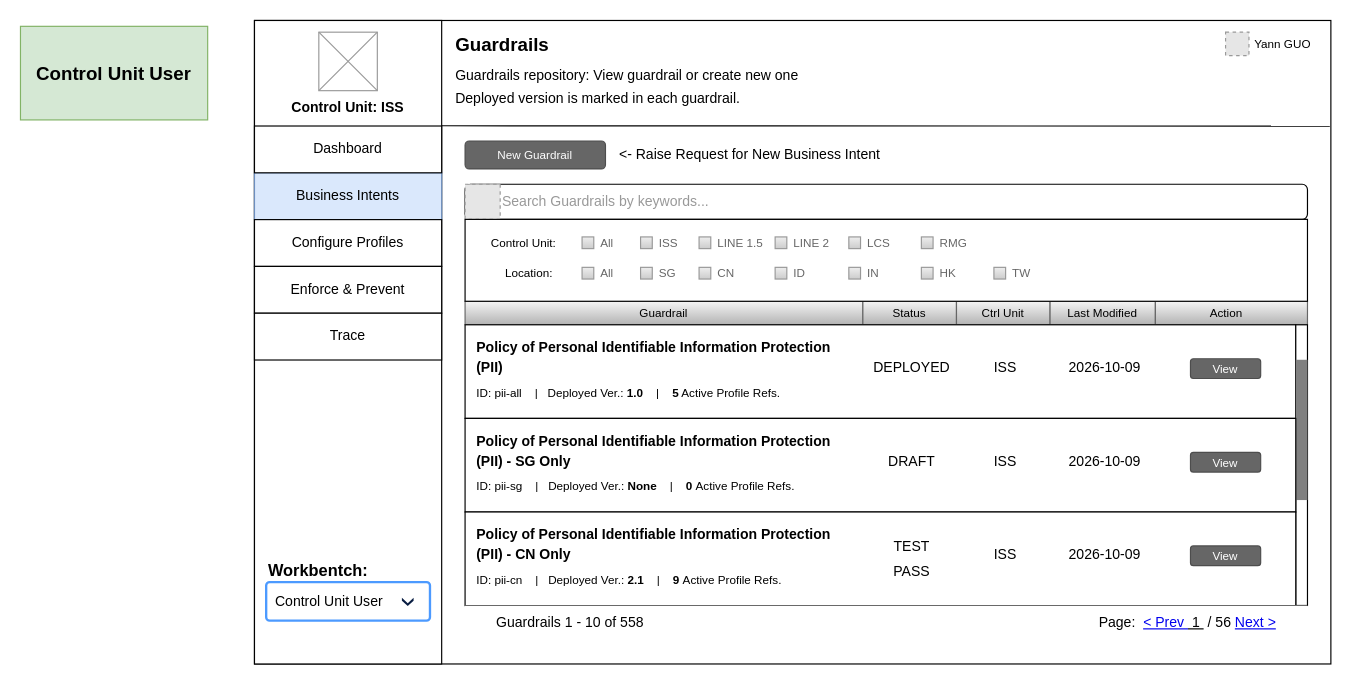
Above: page "CUU-GR-Index" (5 of 19) of NMGR.drawio in thinker-g/fx-drive (draw.io), before the change. Source tidied: cells renumbered, new cells numbered last; positions are measured from the earlier drawing's top-left corner, leaving out a move shared by most shapes. Both pictures are drawn from the tidied source at 117%, with x=0, y=0 at pixel (20, 20). Pictures stored in the file or linked from it are replaced by grey dashed boxes.
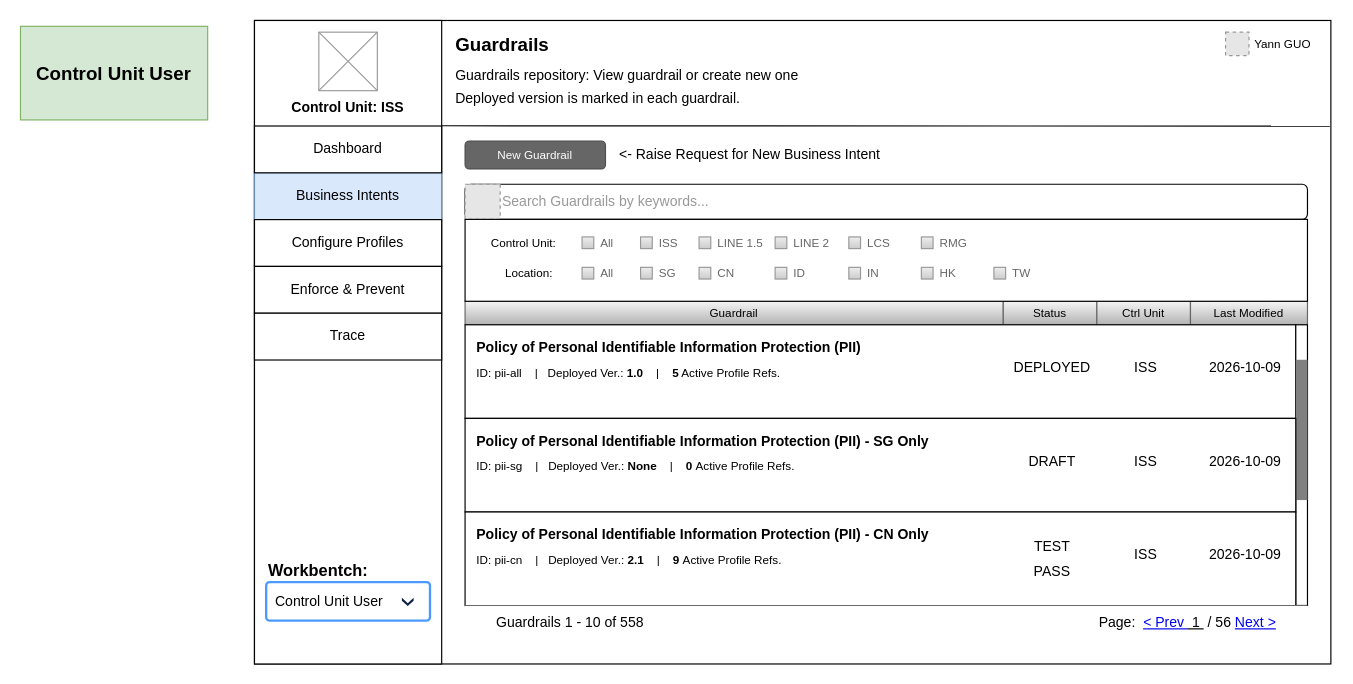
The same page after the edit.

Unchanged cells that the change refers to:
```xml
<mxCell id="17" style="group;" parent="1" vertex="1">
  <mxGeometry x="380" y="260" width="710" height="80.1" as="geometry" />
</mxCell>
<mxCell id="27" style="group;" parent="1" vertex="1">
  <mxGeometry x="380" y="340" width="710" height="80.1" as="geometry" />
</mxCell>
<mxCell id="34" style="group;spacing=2;" parent="1" vertex="1">
  <mxGeometry x="380" y="420" width="710" height="80.1" as="geometry" />
</mxCell>
```

Change to the diagram source:
```diff
@@
     <mxCell id="12" value="Guardrail" style="whiteSpace=wrap;html=1;shadow=0;dashed=0;fontSize=10;align=center;fillColor=#f5f5f5;strokeColor=#666666;gradientColor=#b3b3b3;" parent="1" vertex="1">
-      <mxGeometry x="380" y="240" width="340" height="20" as="geometry" />
+      <mxGeometry x="380" y="240" width="460" height="20" as="geometry" />
     </mxCell>
     <mxCell id="13" value="Status" style="whiteSpace=wrap;html=1;shadow=0;dashed=0;fontSize=10;align=center;fillColor=#f5f5f5;strokeColor=#666666;gradientColor=#b3b3b3;" parent="1" vertex="1">
-      <mxGeometry x="720" y="240" width="80" height="20" as="geometry" />
+      <mxGeometry x="840" y="240.1" width="80" height="20" as="geometry" />
     </mxCell>
     <mxCell id="14" value="Ctrl Unit" style="whiteSpace=wrap;html=1;shadow=0;dashed=0;fontSize=10;align=center;fillColor=#f5f5f5;strokeColor=#666666;gradientColor=#b3b3b3;" parent="1" vertex="1">
-      <mxGeometry x="800" y="240" width="80" height="20" as="geometry" />
+      <mxGeometry x="920" y="240" width="80" height="20" as="geometry" />
     </mxCell>
     <mxCell id="15" value="Last Modified" style="whiteSpace=wrap;html=1;shadow=0;dashed=0;fontSize=10;align=center;fillColor=#f5f5f5;strokeColor=#666666;gradientColor=#b3b3b3;" parent="1" vertex="1">
-      <mxGeometry x="880" y="240" width="90" height="20" as="geometry" />
+      <mxGeometry x="1000" y="240" width="100" height="20" as="geometry" />
     </mxCell>
-    <mxCell id="16" value="Action&amp;nbsp; &amp;nbsp;" style="whiteSpace=wrap;html=1;shadow=0;dashed=0;fontSize=10;align=center;fillColor=#f5f5f5;strokeColor=#666666;gradientColor=#b3b3b3;" parent="1" vertex="1">
-      <mxGeometry x="970" y="240" width="130" height="20" as="geometry" />
-    </mxCell>
@@
     <mxCell id="19" value="&lt;h3 style=&quot;margin-top: 0px; margin-bottom: 6px;&quot;&gt;&lt;font style=&quot;font-size: 12px;&quot;&gt;Policy of Personal Identifiable Information Protection (PII)&lt;/font&gt;&lt;/h3&gt;&lt;p style=&quot;margin-top: 6px; margin-bottom: 6px;&quot;&gt;&lt;font style=&quot;font-size: 10px;&quot;&gt;ID: pii-all&amp;nbsp; &amp;nbsp; |&amp;nbsp; &amp;nbsp;Deployed Ver.: &lt;b&gt;1.0&lt;/b&gt;&amp;nbsp; &amp;nbsp; |&amp;nbsp; &amp;nbsp; &lt;b style=&quot;&quot;&gt;5&lt;/b&gt; Active Profile Refs.&lt;/font&gt;&lt;/p&gt;" style="text;html=1;whiteSpace=wrap;overflow=hidden;rounded=0;verticalAlign=top;spacing=6;labelPosition=center;verticalLabelPosition=middle;align=left;spacingLeft=4;" parent="17" vertex="1">
-      <mxGeometry width="340" height="80" as="geometry" />
+      <mxGeometry width="460" height="80" as="geometry" />
     </mxCell>
     <mxCell id="20" value="&lt;p style=&quot;margin-top: 0px; margin-bottom: 6px;&quot;&gt;DEPLOYED&lt;/p&gt;" style="text;html=1;whiteSpace=wrap;overflow=hidden;rounded=0;verticalAlign=middle;spacing=6;labelPosition=center;verticalLabelPosition=middle;align=center;spacingLeft=4;" parent="17" vertex="1">
-      <mxGeometry x="340" width="80" height="80" as="geometry" />
+      <mxGeometry x="460" width="80" height="80" as="geometry" />
     </mxCell>
     <mxCell id="21" value="&lt;p style=&quot;margin-top: 0px; margin-bottom: 6px;&quot;&gt;ISS&lt;/p&gt;" style="text;html=1;whiteSpace=wrap;overflow=hidden;rounded=0;verticalAlign=middle;spacing=6;labelPosition=center;verticalLabelPosition=middle;align=center;spacingLeft=4;" parent="17" vertex="1">
-      <mxGeometry x="420" width="80" height="80" as="geometry" />
+      <mxGeometry x="540" width="80" height="80" as="geometry" />
     </mxCell>
     <mxCell id="22" value="&lt;p style=&quot;margin-top: 0px; margin-bottom: 6px;&quot;&gt;2026-10-09&lt;/p&gt;" style="text;html=1;whiteSpace=wrap;overflow=hidden;rounded=0;verticalAlign=middle;spacing=6;labelPosition=center;verticalLabelPosition=middle;align=center;spacingLeft=4;" parent="17" vertex="1">
-      <mxGeometry x="500" width="90" height="80" as="geometry" />
+      <mxGeometry x="620" width="90" height="80" as="geometry" />
     </mxCell>
-    <mxCell id="23" value="View" style="rounded=1;html=1;shadow=0;dashed=0;whiteSpace=wrap;fontSize=10;fillColor=#666666;align=center;strokeColor=#4D4D4D;fontColor=#ffffff;" parent="17" vertex="1">
-      <mxGeometry x="620" y="29.1" width="60" height="16.9" as="geometry" />
-    </mxCell>
@@
     <mxCell id="29" value="&lt;h3 style=&quot;margin-top: 0px; margin-bottom: 6px;&quot;&gt;&lt;font style=&quot;font-size: 12px;&quot;&gt;Policy of Personal Identifiable Information Protection (PII) - SG Only&lt;/font&gt;&lt;/h3&gt;&lt;p style=&quot;margin-top: 6px; margin-bottom: 6px;&quot;&gt;&lt;font style=&quot;font-size: 10px;&quot;&gt;ID: pii-sg&amp;nbsp; &amp;nbsp; |&amp;nbsp; &amp;nbsp;Deployed Ver.: &lt;b&gt;None&lt;/b&gt;&amp;nbsp; &amp;nbsp; |&amp;nbsp; &amp;nbsp; &lt;b&gt;0&lt;/b&gt;&amp;nbsp;Active Profile Refs.&lt;/font&gt;&lt;/p&gt;" style="text;html=1;whiteSpace=wrap;overflow=hidden;rounded=0;verticalAlign=top;spacing=6;labelPosition=center;verticalLabelPosition=middle;align=left;spacingLeft=4;" parent="27" vertex="1">
-      <mxGeometry width="340" height="80" as="geometry" />
+      <mxGeometry width="460" height="80" as="geometry" />
     </mxCell>
     <mxCell id="30" value="&lt;p style=&quot;margin-top: 0px; margin-bottom: 6px;&quot;&gt;DRAFT&lt;/p&gt;" style="text;html=1;whiteSpace=wrap;overflow=hidden;rounded=0;verticalAlign=middle;spacing=6;labelPosition=center;verticalLabelPosition=middle;align=center;spacingLeft=4;" parent="27" vertex="1">
-      <mxGeometry x="340" width="80" height="80" as="geometry" />
+      <mxGeometry x="460" width="80" height="80" as="geometry" />
     </mxCell>
     <mxCell id="31" value="&lt;p style=&quot;margin-top: 0px; margin-bottom: 6px;&quot;&gt;ISS&lt;/p&gt;" style="text;html=1;whiteSpace=wrap;overflow=hidden;rounded=0;verticalAlign=middle;spacing=6;labelPosition=center;verticalLabelPosition=middle;align=center;spacingLeft=4;" parent="27" vertex="1">
-      <mxGeometry x="420" width="80" height="80" as="geometry" />
+      <mxGeometry x="540" width="80" height="80" as="geometry" />
     </mxCell>
     <mxCell id="32" value="&lt;p style=&quot;margin-top: 0px; margin-bottom: 6px;&quot;&gt;2026-10-09&lt;/p&gt;" style="text;html=1;whiteSpace=wrap;overflow=hidden;rounded=0;verticalAlign=middle;spacing=6;labelPosition=center;verticalLabelPosition=middle;align=center;spacingLeft=4;" parent="27" vertex="1">
-      <mxGeometry x="500" width="90" height="80" as="geometry" />
+      <mxGeometry x="620" width="90" height="80" as="geometry" />
     </mxCell>
-    <mxCell id="33" value="View" style="rounded=1;html=1;shadow=0;dashed=0;whiteSpace=wrap;fontSize=10;fillColor=#666666;align=center;strokeColor=#4D4D4D;fontColor=#ffffff;" parent="27" vertex="1">
-      <mxGeometry x="620" y="29.1" width="60" height="16.9" as="geometry" />
-    </mxCell>
@@
     <mxCell id="36" value="&lt;h3 style=&quot;margin-top: 0px; margin-bottom: 6px;&quot;&gt;&lt;font style=&quot;font-size: 12px;&quot;&gt;Policy of Personal Identifiable Information Protection (PII) - CN Only&lt;/font&gt;&lt;/h3&gt;&lt;p style=&quot;margin-top: 6px; margin-bottom: 6px;&quot;&gt;&lt;font style=&quot;font-size: 10px;&quot;&gt;ID: pii-cn&amp;nbsp; &amp;nbsp; |&amp;nbsp; &amp;nbsp;Deployed Ver.: &lt;b&gt;2.1&lt;/b&gt;&amp;nbsp; &amp;nbsp; |&amp;nbsp; &amp;nbsp; &lt;b&gt;9&lt;/b&gt;&amp;nbsp;Active Profile Refs.&lt;/font&gt;&lt;/p&gt;" style="text;html=1;whiteSpace=wrap;overflow=hidden;rounded=0;verticalAlign=top;spacing=6;labelPosition=center;verticalLabelPosition=middle;align=left;spacingLeft=4;" parent="34" vertex="1">
-      <mxGeometry width="340" height="80" as="geometry" />
+      <mxGeometry width="460" height="80" as="geometry" />
     </mxCell>
     <mxCell id="37" value="&lt;p style=&quot;margin-top: 0px; margin-bottom: 6px;&quot;&gt;TEST&lt;/p&gt;&lt;p style=&quot;margin-top: 0px; margin-bottom: 0px;&quot;&gt;PASS&lt;/p&gt;" style="text;html=1;whiteSpace=wrap;overflow=hidden;rounded=0;verticalAlign=middle;spacing=6;labelPosition=center;verticalLabelPosition=middle;align=center;spacingLeft=4;" parent="34" vertex="1">
-      <mxGeometry x="340" width="80" height="80" as="geometry" />
+      <mxGeometry x="460" width="80" height="80" as="geometry" />
     </mxCell>
     <mxCell id="38" value="&lt;p style=&quot;margin-top: 0px; margin-bottom: 6px;&quot;&gt;ISS&lt;/p&gt;" style="text;html=1;whiteSpace=wrap;overflow=hidden;rounded=0;verticalAlign=middle;spacing=6;labelPosition=center;verticalLabelPosition=middle;align=center;spacingLeft=4;" parent="34" vertex="1">
-      <mxGeometry x="420" width="80" height="80" as="geometry" />
+      <mxGeometry x="540" width="80" height="80" as="geometry" />
     </mxCell>
     <mxCell id="39" value="&lt;p style=&quot;margin-top: 0px; margin-bottom: 6px;&quot;&gt;2026-10-09&lt;/p&gt;" style="text;html=1;whiteSpace=wrap;overflow=hidden;rounded=0;verticalAlign=middle;spacing=6;labelPosition=center;verticalLabelPosition=middle;align=center;spacingLeft=4;" parent="34" vertex="1">
-      <mxGeometry x="500" width="90" height="80" as="geometry" />
+      <mxGeometry x="620" width="90" height="80" as="geometry" />
     </mxCell>
-    <mxCell id="40" value="View" style="rounded=1;html=1;shadow=0;dashed=0;whiteSpace=wrap;fontSize=10;fillColor=#666666;align=center;strokeColor=#4D4D4D;fontColor=#ffffff;" parent="34" vertex="1">
-      <mxGeometry x="620" y="29.1" width="60" height="16.9" as="geometry" />
-    </mxCell>
```
